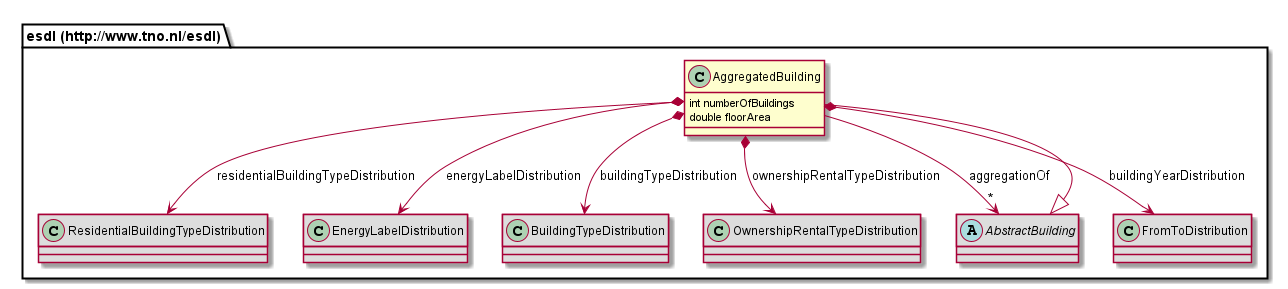
EnergyTransition/energytransition.github.io keeps this PlantUML diagram as 687474703a2f2f7777772e746e6f2e6e6c2f6573646c/AggregatedBuilding.png. Above is the earlier version.
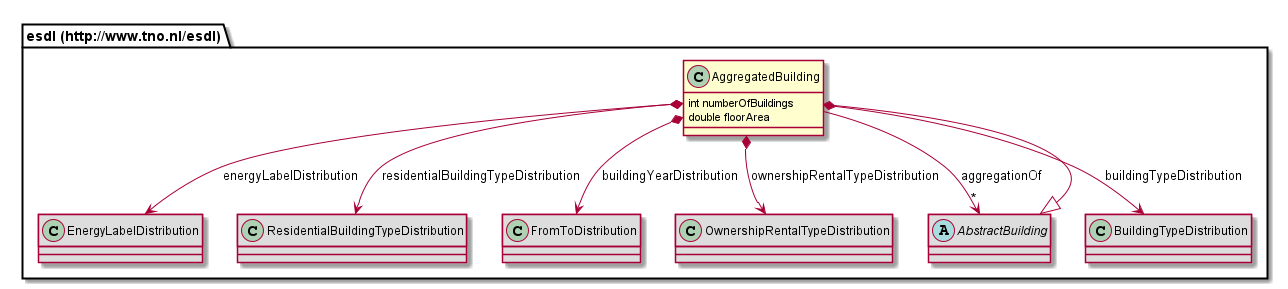
After the change.

Change to the diagram source:
```diff
@@ -3,17 +3,17 @@
 	int numberOfBuildings
 	double floorArea
 }
+class "esdl (http://www.tno.nl/esdl).EnergyLabelDistribution" [[#router/doc-content/687474703a2f2f7777772e746e6f2e6e6c2f6573646c/EnergyLabelDistribution.html{Defines a distribution in terms of energy labels}]] #DDDDDD {
+}
 class "esdl (http://www.tno.nl/esdl).ResidentialBuildingTypeDistribution" [[#router/doc-content/687474703a2f2f7777772e746e6f2e6e6c2f6573646c/ResidentialBuildingTypeDistribution.html{Specifies the way the residential building type is distributed in this area (e.g. Vrijstaande Woning, Hoekwoning, Flatwoning), specifing the percentage of buildings per residential type.}]] #DDDDDD {
 }
-class "esdl (http://www.tno.nl/esdl).EnergyLabelDistribution" [[#router/doc-content/687474703a2f2f7777772e746e6f2e6e6c2f6573646c/EnergyLabelDistribution.html{Defines a distribution in terms of energy labels}]] #DDDDDD {
+class "esdl (http://www.tno.nl/esdl).FromToDistribution" [[#router/doc-content/687474703a2f2f7777772e746e6f2e6e6c2f6573646c/FromToDistribution.html{Defines a distribution in terms of ?from? and ?to?}]] #DDDDDD {
 }
-class "esdl (http://www.tno.nl/esdl).BuildingTypeDistribution" [[#router/doc-content/687474703a2f2f7777772e746e6f2e6e6c2f6573646c/BuildingTypeDistribution.html{Specifies the way the building type is distributed in this area (e.g. Utility, Residential), specifing the percentage of buildings per type.}]] #DDDDDD {
+class "esdl (http://www.tno.nl/esdl).OwnershipRentalTypeDistribution" [[#router/doc-content/687474703a2f2f7777772e746e6f2e6e6c2f6573646c/OwnershipRentalTypeDistribution.html{Specifies the way the housing type is distributed in this area (e.g. Owner occupied, Housing Association, Private Rental), specifing the percentage of buildings per housing type.}]] #DDDDDD {
 }
 abstract class "esdl (http://www.tno.nl/esdl).AbstractBuilding" [[#router/doc-content/687474703a2f2f7777772e746e6f2e6e6c2f6573646c/AbstractBuilding.html{Describes the shared properties of building, building unit and aggregated building}]] #DDDDDD {
 }
-class "esdl (http://www.tno.nl/esdl).OwnershipRentalTypeDistribution" [[#router/doc-content/687474703a2f2f7777772e746e6f2e6e6c2f6573646c/OwnershipRentalTypeDistribution.html{Specifies the way the housing type is distributed in this area (e.g. Owner occupied, Housing Association, Private Rental), specifing the percentage of buildings per housing type.}]] #DDDDDD {
-}
-class "esdl (http://www.tno.nl/esdl).FromToDistribution" [[#router/doc-content/687474703a2f2f7777772e746e6f2e6e6c2f6573646c/FromToDistribution.html{Defines a distribution in terms of ?from? and ?to?}]] #DDDDDD {
+class "esdl (http://www.tno.nl/esdl).BuildingTypeDistribution" [[#router/doc-content/687474703a2f2f7777772e746e6f2e6e6c2f6573646c/BuildingTypeDistribution.html{Specifies the way the building type is distributed in this area (e.g. Utility, Residential), specifing the percentage of buildings per type.}]] #DDDDDD {
 }
 "esdl (http://www.tno.nl/esdl).AbstractBuilding" <|-- "esdl (http://www.tno.nl/esdl).AggregatedBuilding"
 "esdl (http://www.tno.nl/esdl).AggregatedBuilding" --> "*" "esdl (http://www.tno.nl/esdl).AbstractBuilding" : aggregationOf
```
